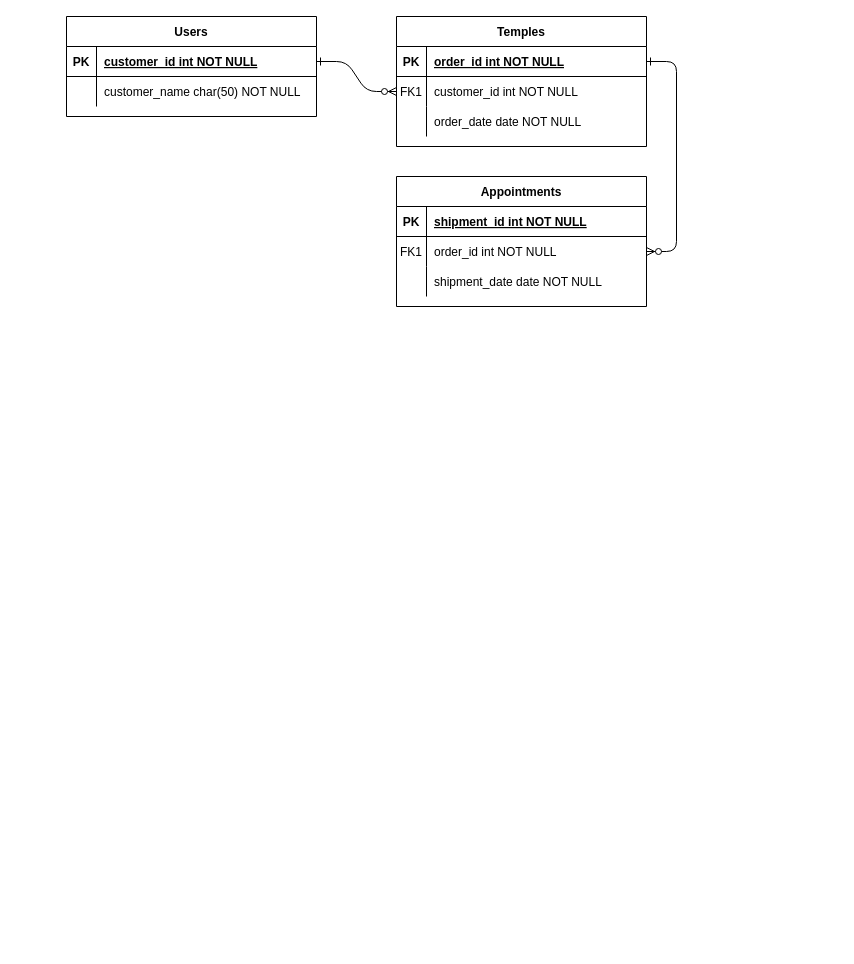
The draw.io diagram 401TempleERD.drawio in randengrims/401TempleApp, before the edit. Source tidied: cells renumbered, new cells numbered last; positions are measured from the earlier drawing's top-left corner, leaving out a move shared by most shapes. Both pictures are drawn from the tidied source at 100%, with x=0, y=0 at pixel (66, 16).
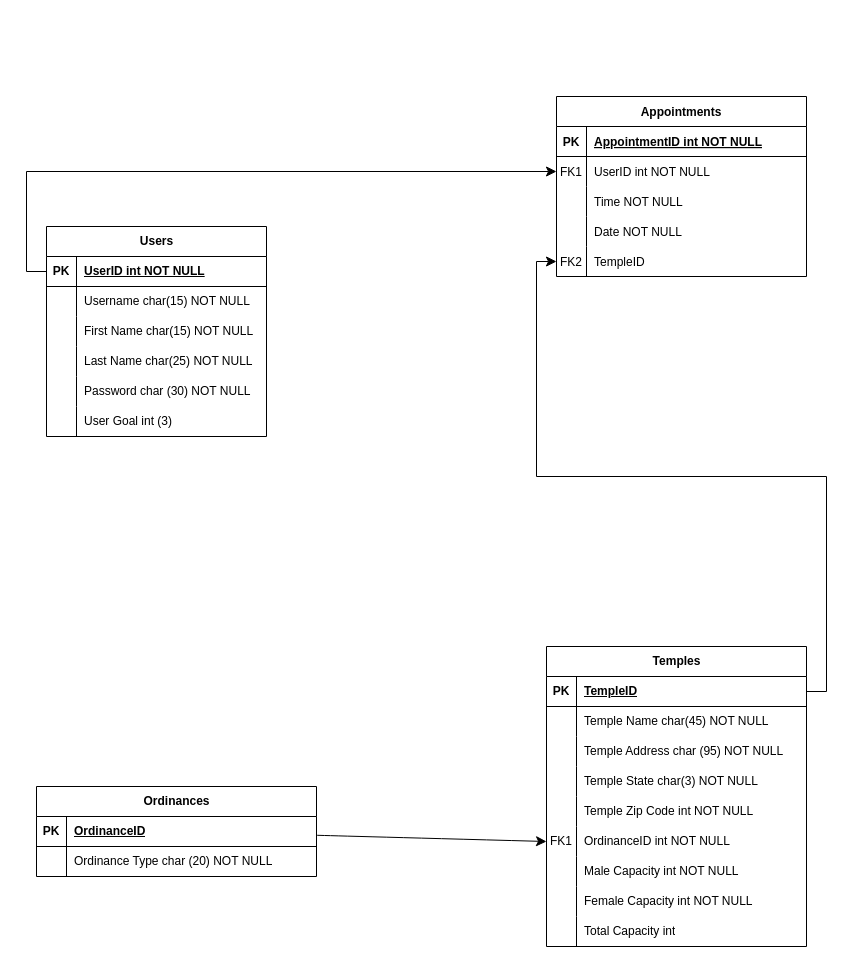
The same page after the edit.

The change refers to these unchanged cells:
```xml
<mxCell id="15" style="shape=partialRectangle;fillColor=none;top=0;left=0;right=0;bottom=1;" parent="14" vertex="1">
  <mxGeometry y="30" width="250" height="30" as="geometry" />
</mxCell>
<mxCell id="18" style="shape=partialRectangle;fillColor=none;points=[[0,0.5],[1,0.5]];portConstraint=eastwest;top=0;left=0;right=0;bottom=0;" parent="14" vertex="1">
  <mxGeometry y="60" width="250" height="30" as="geometry" />
</mxCell>
<mxCell id="21" style="shape=partialRectangle;fillColor=none;top=0;left=0;right=0;bottom=0;" parent="14" vertex="1">
  <mxGeometry y="90" width="250" height="30" as="geometry" />
</mxCell>
```

Change to the diagram source:
```diff
@@
-    <mxCell id="2" style="edgeStyle=entityRelationEdgeStyle;endArrow=ERzeroToMany;startArrow=ERone;endFill=1;startFill=0;" parent="1" edge="1" source="25" target="8">
-      <mxGeometry relative="1" as="geometry" />
-    </mxCell>
-    <mxCell id="3" style="edgeStyle=entityRelationEdgeStyle;endArrow=ERzeroToMany;startArrow=ERone;endFill=1;startFill=0;" parent="1" edge="1" source="5" target="18">
-      <mxGeometry relative="1" as="geometry" />
-    </mxCell>
-    <mxCell id="4" value="Temples" style="shape=table;startSize=30;childLayout=tableLayout;rowLines=0;fontStyle=1;align=center;" parent="1" vertex="1">
-      <mxGeometry x="330" width="250" height="130" as="geometry" />
-    </mxCell>
-    <mxCell id="5" style="shape=partialRectangle;fillColor=none;points=[[0,0.5],[1,0.5]];portConstraint=eastwest;top=0;left=0;right=0;bottom=1;" parent="4" vertex="1">
-      <mxGeometry y="30" width="250" height="30" as="geometry" />
-    </mxCell>
-    <mxCell id="6" value="PK" style="shape=partialRectangle;overflow=hidden;fillColor=none;top=0;left=0;bottom=0;right=0;fontStyle=1;" parent="5" vertex="1">
-      <mxGeometry width="30" height="30" as="geometry" />
-    </mxCell>
-    <mxCell id="7" value="order_id int NOT NULL " style="shape=partialRectangle;overflow=hidden;fillColor=none;top=0;left=0;bottom=0;right=0;align=left;spacingLeft=6;fontStyle=5;" parent="5" vertex="1">
-      <mxGeometry x="30" width="220" height="30" as="geometry" />
-    </mxCell>
-    <mxCell id="8" style="shape=partialRectangle;fillColor=none;points=[[0,0.5],[1,0.5]];portConstraint=eastwest;top=0;left=0;right=0;bottom=0;" parent="4" vertex="1">
-      <mxGeometry y="60" width="250" height="30" as="geometry" />
-    </mxCell>
-    <mxCell id="9" value="FK1" style="shape=partialRectangle;overflow=hidden;fillColor=none;top=0;left=0;bottom=0;right=0;" parent="8" vertex="1">
-      <mxGeometry width="30" height="30" as="geometry" />
-    </mxCell>
-    <mxCell id="10" value="customer_id int NOT NULL" style="shape=partialRectangle;overflow=hidden;fillColor=none;top=0;left=0;bottom=0;right=0;align=left;spacingLeft=6;" parent="8" vertex="1">
-      <mxGeometry x="30" width="220" height="30" as="geometry" />
-    </mxCell>
-    <mxCell id="11" style="shape=partialRectangle;fillColor=none;top=0;left=0;right=0;bottom=0;" parent="4" vertex="1">
-      <mxGeometry y="90" width="250" height="30" as="geometry" />
-    </mxCell>
-    <mxCell id="12" style="shape=partialRectangle;overflow=hidden;fillColor=none;top=0;left=0;bottom=0;right=0;" parent="11" vertex="1">
-      <mxGeometry width="30" height="30" as="geometry" />
-    </mxCell>
-    <mxCell id="13" value="order_date date NOT NULL" style="shape=partialRectangle;overflow=hidden;fillColor=none;top=0;left=0;bottom=0;right=0;align=left;spacingLeft=6;" parent="11" vertex="1">
-      <mxGeometry x="30" width="220" height="30" as="geometry" />
-    </mxCell>
     <mxCell id="14" value="Appointments" style="shape=table;startSize=30;childLayout=tableLayout;rowLines=0;fontStyle=1;align=center;" parent="1" vertex="1">
-      <mxGeometry x="330" y="160" width="250" height="130" as="geometry" />
+      <mxGeometry x="490" y="80" width="250" height="180" as="geometry" />
     </mxCell>
@@
-    <mxCell id="17" value="shipment_id int NOT NULL " style="shape=partialRectangle;overflow=hidden;fillColor=none;top=0;left=0;bottom=0;right=0;align=left;spacingLeft=6;fontStyle=5;" parent="15" vertex="1">
+    <mxCell id="17" value="AppointmentID int NOT NULL" style="shape=partialRectangle;overflow=hidden;fillColor=none;top=0;left=0;bottom=0;right=0;align=left;spacingLeft=6;fontStyle=5;" parent="15" vertex="1">
       <mxGeometry x="30" width="220" height="30" as="geometry" />
     </mxCell>
@@
-    <mxCell id="20" value="order_id int NOT NULL" style="shape=partialRectangle;overflow=hidden;fillColor=none;top=0;left=0;bottom=0;right=0;align=left;spacingLeft=6;" parent="18" vertex="1">
+    <mxCell id="20" value="UserID int NOT NULL" style="shape=partialRectangle;overflow=hidden;fillColor=none;top=0;left=0;bottom=0;right=0;align=left;spacingLeft=6;" parent="18" vertex="1">
       <mxGeometry x="30" width="220" height="30" as="geometry" />
     </mxCell>
@@
-    <mxCell id="23" value="shipment_date date NOT NULL" style="shape=partialRectangle;overflow=hidden;fillColor=none;top=0;left=0;bottom=0;right=0;align=left;spacingLeft=6;" parent="21" vertex="1">
+    <mxCell id="23" value="Time NOT NULL" style="shape=partialRectangle;overflow=hidden;fillColor=none;top=0;left=0;bottom=0;right=0;align=left;spacingLeft=6;" parent="21" vertex="1">
       <mxGeometry x="30" width="220" height="30" as="geometry" />
     </mxCell>
+    <mxCell id="31" style="shape=partialRectangle;fillColor=none;top=0;left=0;right=0;bottom=0;" parent="14" vertex="1">
+      <mxGeometry y="120" width="250" height="30" as="geometry" />
+    </mxCell>
+    <mxCell id="32" style="shape=partialRectangle;overflow=hidden;fillColor=none;top=0;left=0;bottom=0;right=0;" parent="31" vertex="1">
+      <mxGeometry width="30" height="30" as="geometry" />
+    </mxCell>
+    <mxCell id="33" value="Date NOT NULL" style="shape=partialRectangle;overflow=hidden;fillColor=none;top=0;left=0;bottom=0;right=0;align=left;spacingLeft=6;" parent="31" vertex="1">
+      <mxGeometry x="30" width="220" height="30" as="geometry" />
+    </mxCell>
+    <mxCell id="34" style="shape=partialRectangle;fillColor=none;points=[[0,0.5],[1,0.5]];portConstraint=eastwest;top=0;left=0;right=0;bottom=0;" parent="14" vertex="1">
+      <mxGeometry y="150" width="250" height="30" as="geometry" />
+    </mxCell>
+    <mxCell id="35" value="FK2" style="shape=partialRectangle;overflow=hidden;fillColor=none;top=0;left=0;bottom=0;right=0;" parent="34" vertex="1">
+      <mxGeometry width="30" height="30" as="geometry" />
+    </mxCell>
+    <mxCell id="36" value="TempleID" style="shape=partialRectangle;overflow=hidden;fillColor=none;top=0;left=0;bottom=0;right=0;align=left;spacingLeft=6;" parent="34" vertex="1">
+      <mxGeometry x="30" width="220" height="30" as="geometry" />
+    </mxCell>
-    <mxCell id="24" value="Users" style="shape=table;startSize=30;childLayout=tableLayout;rowLines=0;fontStyle=1;align=center;" parent="1" vertex="1">
-      <mxGeometry width="250" height="100" as="geometry" />
+    <mxCell id="24" value="Users" style="shape=table;startSize=30;childLayout=tableLayout;rowLines=0;fontStyle=1;align=center;html=1;" parent="1" vertex="1">
+      <mxGeometry x="-20" y="210" width="220" height="210" as="geometry" />
     </mxCell>
-    <mxCell id="25" style="shape=partialRectangle;fillColor=none;points=[[0,0.5],[1,0.5]];portConstraint=eastwest;top=0;left=0;right=0;bottom=1;" parent="24" vertex="1">
-      <mxGeometry y="30" width="250" height="30" as="geometry" />
-    </mxCell>
-    <mxCell id="26" value="PK" style="shape=partialRectangle;overflow=hidden;fillColor=none;top=0;left=0;bottom=0;right=0;fontStyle=1;" parent="25" vertex="1">
-      <mxGeometry width="30" height="30" as="geometry" />
-    </mxCell>
-    <mxCell id="27" value="customer_id int NOT NULL " style="shape=partialRectangle;overflow=hidden;fillColor=none;top=0;left=0;bottom=0;right=0;align=left;spacingLeft=6;fontStyle=5;" parent="25" vertex="1">
-      <mxGeometry x="30" width="220" height="30" as="geometry" />
-    </mxCell>
-    <mxCell id="28" style="shape=partialRectangle;fillColor=none;top=0;left=0;right=0;bottom=0;" parent="24" vertex="1">
-      <mxGeometry y="60" width="250" height="30" as="geometry" />
-    </mxCell>
-    <mxCell id="29" style="shape=partialRectangle;overflow=hidden;fillColor=none;top=0;left=0;bottom=0;right=0;" parent="28" vertex="1">
-      <mxGeometry width="30" height="30" as="geometry" />
-    </mxCell>
-    <mxCell id="30" value="customer_name char(50) NOT NULL" style="shape=partialRectangle;overflow=hidden;fillColor=none;top=0;left=0;bottom=0;right=0;align=left;spacingLeft=6;" parent="28" vertex="1">
-      <mxGeometry x="30" width="220" height="30" as="geometry" />
-    </mxCell>
+    <mxCell id="37" style="shape=tableRow;horizontal=0;startSize=0;swimlaneHead=0;swimlaneBody=0;fillColor=none;points=[[0,0.5],[1,0.5]];portConstraint=eastwest;top=0;left=0;right=0;bottom=1;" parent="24" vertex="1">
+      <mxGeometry y="30" width="220" height="30" as="geometry" />
+    </mxCell>
+    <mxCell id="38" value="PK" style="shape=partialRectangle;fillColor=none;top=0;left=0;bottom=0;right=0;fontStyle=1;overflow=hidden;whiteSpace=wrap;html=1;" parent="37" vertex="1">
+      <mxGeometry width="30" height="30" as="geometry" />
+    </mxCell>
+    <mxCell id="39" value="UserID int NOT NULL" style="shape=partialRectangle;fillColor=none;top=0;left=0;bottom=0;right=0;align=left;spacingLeft=6;fontStyle=5;overflow=hidden;whiteSpace=wrap;html=1;" parent="37" vertex="1">
+      <mxGeometry x="30" width="190" height="30" as="geometry" />
+    </mxCell>
+    <mxCell id="40" style="shape=tableRow;horizontal=0;startSize=0;swimlaneHead=0;swimlaneBody=0;fillColor=none;top=0;left=0;right=0;bottom=0;" parent="24" vertex="1">
+      <mxGeometry y="60" width="220" height="30" as="geometry" />
+    </mxCell>
+    <mxCell id="41" style="shape=partialRectangle;fillColor=none;top=0;left=0;bottom=0;right=0;overflow=hidden;whiteSpace=wrap;html=1;" parent="40" vertex="1">
+      <mxGeometry width="30" height="30" as="geometry" />
+    </mxCell>
+    <mxCell id="42" value="Username char(15) NOT NULL" style="shape=partialRectangle;fillColor=none;top=0;left=0;bottom=0;right=0;align=left;spacingLeft=6;overflow=hidden;whiteSpace=wrap;html=1;" parent="40" vertex="1">
+      <mxGeometry x="30" width="190" height="30" as="geometry" />
+    </mxCell>
+    <mxCell id="43" style="shape=tableRow;horizontal=0;startSize=0;swimlaneHead=0;swimlaneBody=0;fillColor=none;top=0;left=0;right=0;bottom=0;" parent="24" vertex="1">
+      <mxGeometry y="90" width="220" height="30" as="geometry" />
+    </mxCell>
+    <mxCell id="44" style="shape=partialRectangle;fillColor=none;top=0;left=0;bottom=0;right=0;overflow=hidden;whiteSpace=wrap;html=1;" parent="43" vertex="1">
+      <mxGeometry width="30" height="30" as="geometry" />
+    </mxCell>
+    <mxCell id="45" value="&lt;span style=&quot;text-wrap-mode: nowrap;&quot;&gt;First Name char(15) NOT NULL&lt;/span&gt;" style="shape=partialRectangle;fillColor=none;top=0;left=0;bottom=0;right=0;align=left;spacingLeft=6;overflow=hidden;whiteSpace=wrap;html=1;" parent="43" vertex="1">
+      <mxGeometry x="30" width="190" height="30" as="geometry" />
+    </mxCell>
+    <mxCell id="46" style="shape=tableRow;horizontal=0;startSize=0;swimlaneHead=0;swimlaneBody=0;fillColor=none;top=0;left=0;right=0;bottom=0;" parent="24" vertex="1">
+      <mxGeometry y="120" width="220" height="30" as="geometry" />
+    </mxCell>
+    <mxCell id="47" style="shape=partialRectangle;fillColor=none;top=0;left=0;bottom=0;right=0;overflow=hidden;whiteSpace=wrap;html=1;" parent="46" vertex="1">
+      <mxGeometry width="30" height="30" as="geometry" />
+    </mxCell>
+    <mxCell id="48" value="&lt;span style=&quot;text-wrap-mode: nowrap;&quot;&gt;Last Name char(25) NOT NULL&lt;/span&gt;" style="shape=partialRectangle;fillColor=none;top=0;left=0;bottom=0;right=0;align=left;spacingLeft=6;overflow=hidden;whiteSpace=wrap;html=1;" parent="46" vertex="1">
+      <mxGeometry x="30" width="190" height="30" as="geometry" />
+    </mxCell>
+    <mxCell id="49" style="shape=tableRow;horizontal=0;startSize=0;swimlaneHead=0;swimlaneBody=0;fillColor=none;top=0;left=0;right=0;bottom=0;" parent="24" vertex="1">
+      <mxGeometry y="150" width="220" height="30" as="geometry" />
+    </mxCell>
+    <mxCell id="50" style="shape=partialRectangle;fillColor=none;top=0;left=0;bottom=0;right=0;overflow=hidden;whiteSpace=wrap;html=1;" parent="49" vertex="1">
+      <mxGeometry width="30" height="30" as="geometry" />
+    </mxCell>
+    <mxCell id="51" value="Password char (30) NOT NULL" style="shape=partialRectangle;fillColor=none;top=0;left=0;bottom=0;right=0;align=left;spacingLeft=6;overflow=hidden;whiteSpace=wrap;html=1;" parent="49" vertex="1">
+      <mxGeometry x="30" width="190" height="30" as="geometry" />
+    </mxCell>
+    <mxCell id="52" style="shape=tableRow;horizontal=0;startSize=0;swimlaneHead=0;swimlaneBody=0;fillColor=none;top=0;left=0;right=0;bottom=0;" parent="24" vertex="1">
+      <mxGeometry y="180" width="220" height="30" as="geometry" />
+    </mxCell>
+    <mxCell id="53" style="shape=partialRectangle;fillColor=none;top=0;left=0;bottom=0;right=0;overflow=hidden;whiteSpace=wrap;html=1;" parent="52" vertex="1">
+      <mxGeometry width="30" height="30" as="geometry" />
+    </mxCell>
+    <mxCell id="54" value="User Goal int (3)" style="shape=partialRectangle;fillColor=none;top=0;left=0;bottom=0;right=0;align=left;spacingLeft=6;overflow=hidden;whiteSpace=wrap;html=1;" parent="52" vertex="1">
+      <mxGeometry x="30" width="190" height="30" as="geometry" />
+    </mxCell>
+    <mxCell id="4" value="Temples" style="shape=table;startSize=30;childLayout=tableLayout;rowLines=0;fontStyle=1;align=center;html=1;" parent="1" vertex="1">
+      <mxGeometry x="480" y="630" width="260" height="300" as="geometry" />
+    </mxCell>
+    <mxCell id="55" style="shape=tableRow;horizontal=0;startSize=0;swimlaneHead=0;swimlaneBody=0;fillColor=none;points=[[0,0.5],[1,0.5]];portConstraint=eastwest;top=0;left=0;right=0;bottom=1;" parent="4" vertex="1">
+      <mxGeometry y="30" width="260" height="30" as="geometry" />
+    </mxCell>
+    <mxCell id="56" value="PK" style="shape=partialRectangle;fillColor=none;top=0;left=0;bottom=0;right=0;fontStyle=1;overflow=hidden;whiteSpace=wrap;html=1;" parent="55" vertex="1">
+      <mxGeometry width="30" height="30" as="geometry" />
+    </mxCell>
+    <mxCell id="57" value="TempleID" style="shape=partialRectangle;fillColor=none;top=0;left=0;bottom=0;right=0;align=left;spacingLeft=6;fontStyle=5;overflow=hidden;whiteSpace=wrap;html=1;" parent="55" vertex="1">
+      <mxGeometry x="30" width="230" height="30" as="geometry" />
+    </mxCell>
+    <mxCell id="58" style="shape=tableRow;horizontal=0;startSize=0;swimlaneHead=0;swimlaneBody=0;fillColor=none;top=0;left=0;right=0;bottom=0;" parent="4" vertex="1">
+      <mxGeometry y="60" width="260" height="30" as="geometry" />
+    </mxCell>
+    <mxCell id="59" style="shape=partialRectangle;fillColor=none;top=0;left=0;bottom=0;right=0;overflow=hidden;whiteSpace=wrap;html=1;" parent="58" vertex="1">
+      <mxGeometry width="30" height="30" as="geometry" />
+    </mxCell>
+    <mxCell id="60" value="&lt;span style=&quot;text-wrap-mode: nowrap;&quot;&gt;Temple Name char(45) NOT NULL&lt;/span&gt;" style="shape=partialRectangle;fillColor=none;top=0;left=0;bottom=0;right=0;align=left;spacingLeft=6;overflow=hidden;whiteSpace=wrap;html=1;" parent="58" vertex="1">
+      <mxGeometry x="30" width="230" height="30" as="geometry" />
+    </mxCell>
+    <mxCell id="61" style="shape=tableRow;horizontal=0;startSize=0;swimlaneHead=0;swimlaneBody=0;fillColor=none;top=0;left=0;right=0;bottom=0;" parent="4" vertex="1">
+      <mxGeometry y="90" width="260" height="30" as="geometry" />
+    </mxCell>
+    <mxCell id="62" style="shape=partialRectangle;fillColor=none;top=0;left=0;bottom=0;right=0;overflow=hidden;whiteSpace=wrap;html=1;" parent="61" vertex="1">
+      <mxGeometry width="30" height="30" as="geometry" />
+    </mxCell>
+    <mxCell id="63" value="&lt;span style=&quot;text-wrap-mode: nowrap;&quot;&gt;Temple Address char (95) NOT NULL&lt;/span&gt;" style="shape=partialRectangle;fillColor=none;top=0;left=0;bottom=0;right=0;align=left;spacingLeft=6;overflow=hidden;whiteSpace=wrap;html=1;" parent="61" vertex="1">
+      <mxGeometry x="30" width="230" height="30" as="geometry" />
+    </mxCell>
+    <mxCell id="64" style="shape=tableRow;horizontal=0;startSize=0;swimlaneHead=0;swimlaneBody=0;fillColor=none;top=0;left=0;right=0;bottom=0;" parent="4" vertex="1">
+      <mxGeometry y="120" width="260" height="30" as="geometry" />
+    </mxCell>
+    <mxCell id="65" style="shape=partialRectangle;fillColor=none;top=0;left=0;bottom=0;right=0;overflow=hidden;whiteSpace=wrap;html=1;" parent="64" vertex="1">
+      <mxGeometry width="30" height="30" as="geometry" />
+    </mxCell>
+    <mxCell id="66" value="Temple State char(3) NOT NULL" style="shape=partialRectangle;fillColor=none;top=0;left=0;bottom=0;right=0;align=left;spacingLeft=6;overflow=hidden;whiteSpace=wrap;html=1;" parent="64" vertex="1">
+      <mxGeometry x="30" width="230" height="30" as="geometry" />
+    </mxCell>
+    <mxCell id="67" style="shape=tableRow;horizontal=0;startSize=0;swimlaneHead=0;swimlaneBody=0;fillColor=none;top=0;left=0;right=0;bottom=0;" parent="4" vertex="1">
+      <mxGeometry y="150" width="260" height="30" as="geometry" />
+    </mxCell>
+    <mxCell id="68" style="shape=partialRectangle;fillColor=none;top=0;left=0;bottom=0;right=0;overflow=hidden;whiteSpace=wrap;html=1;" parent="67" vertex="1">
+      <mxGeometry width="30" height="30" as="geometry" />
+    </mxCell>
+    <mxCell id="69" value="Temple Zip Code int NOT NULL" style="shape=partialRectangle;fillColor=none;top=0;left=0;bottom=0;right=0;align=left;spacingLeft=6;overflow=hidden;whiteSpace=wrap;html=1;" parent="67" vertex="1">
+      <mxGeometry x="30" width="230" height="30" as="geometry" />
+    </mxCell>
+    <mxCell id="70" style="shape=tableRow;horizontal=0;startSize=0;swimlaneHead=0;swimlaneBody=0;fillColor=none;points=[[0,0.5],[1,0.5]];portConstraint=eastwest;top=0;left=0;right=0;bottom=0;" parent="4" vertex="1">
+      <mxGeometry y="180" width="260" height="30" as="geometry" />
+    </mxCell>
+    <mxCell id="9" value="FK1" style="shape=partialRectangle;fillColor=none;top=0;left=0;bottom=0;right=0;overflow=hidden;whiteSpace=wrap;html=1;" parent="70" vertex="1">
+      <mxGeometry width="30" height="30" as="geometry" />
+    </mxCell>
+    <mxCell id="71" value="OrdinanceID int NOT NULL" style="shape=partialRectangle;fillColor=none;top=0;left=0;bottom=0;right=0;align=left;spacingLeft=6;overflow=hidden;whiteSpace=wrap;html=1;" parent="70" vertex="1">
+      <mxGeometry x="30" width="230" height="30" as="geometry" />
+    </mxCell>
+    <mxCell id="72" style="shape=tableRow;horizontal=0;startSize=0;swimlaneHead=0;swimlaneBody=0;fillColor=none;top=0;left=0;right=0;bottom=0;" parent="4" vertex="1">
+      <mxGeometry y="210" width="260" height="30" as="geometry" />
+    </mxCell>
+    <mxCell id="73" style="shape=partialRectangle;fillColor=none;top=0;left=0;bottom=0;right=0;overflow=hidden;whiteSpace=wrap;html=1;" parent="72" vertex="1">
+      <mxGeometry width="30" height="30" as="geometry" />
+    </mxCell>
+    <mxCell id="74" value="Male Capacity int NOT NULL" style="shape=partialRectangle;fillColor=none;top=0;left=0;bottom=0;right=0;align=left;spacingLeft=6;overflow=hidden;whiteSpace=wrap;html=1;" parent="72" vertex="1">
+      <mxGeometry x="30" width="230" height="30" as="geometry" />
+    </mxCell>
+    <mxCell id="75" style="shape=tableRow;horizontal=0;startSize=0;swimlaneHead=0;swimlaneBody=0;fillColor=none;top=0;left=0;right=0;bottom=0;" parent="4" vertex="1">
+      <mxGeometry y="240" width="260" height="30" as="geometry" />
+    </mxCell>
+    <mxCell id="76" style="shape=partialRectangle;fillColor=none;top=0;left=0;bottom=0;right=0;overflow=hidden;whiteSpace=wrap;html=1;" parent="75" vertex="1">
+      <mxGeometry width="30" height="30" as="geometry" />
+    </mxCell>
+    <mxCell id="77" value="Female Capacity int NOT NULL" style="shape=partialRectangle;fillColor=none;top=0;left=0;bottom=0;right=0;align=left;spacingLeft=6;overflow=hidden;whiteSpace=wrap;html=1;" parent="75" vertex="1">
+      <mxGeometry x="30" width="230" height="30" as="geometry" />
+    </mxCell>
+    <mxCell id="78" style="shape=tableRow;horizontal=0;startSize=0;swimlaneHead=0;swimlaneBody=0;fillColor=none;top=0;left=0;right=0;bottom=0;" parent="4" vertex="1">
+      <mxGeometry y="270" width="260" height="30" as="geometry" />
+    </mxCell>
+    <mxCell id="79" style="shape=partialRectangle;fillColor=none;top=0;left=0;bottom=0;right=0;overflow=hidden;whiteSpace=wrap;html=1;" parent="78" vertex="1">
+      <mxGeometry width="30" height="30" as="geometry" />
+    </mxCell>
+    <mxCell id="80" value="Total Capacity int" style="shape=partialRectangle;fillColor=none;top=0;left=0;bottom=0;right=0;align=left;spacingLeft=6;overflow=hidden;whiteSpace=wrap;html=1;" parent="78" vertex="1">
+      <mxGeometry x="30" width="230" height="30" as="geometry" />
+    </mxCell>
+    <mxCell id="81" value="Ordinances" style="shape=table;startSize=30;childLayout=tableLayout;rowLines=0;fontStyle=1;align=center;html=1;" parent="1" vertex="1">
+      <mxGeometry x="-30" y="770" width="280" height="90" as="geometry" />
+    </mxCell>
+    <mxCell id="82" style="shape=tableRow;horizontal=0;startSize=0;swimlaneHead=0;swimlaneBody=0;fillColor=none;points=[[0,0.5],[1,0.5]];portConstraint=eastwest;top=0;left=0;right=0;bottom=1;" parent="81" vertex="1">
+      <mxGeometry y="30" width="280" height="30" as="geometry" />
+    </mxCell>
+    <mxCell id="83" value="PK" style="shape=partialRectangle;fillColor=none;top=0;left=0;bottom=0;right=0;fontStyle=1;overflow=hidden;whiteSpace=wrap;html=1;" parent="82" vertex="1">
+      <mxGeometry width="30" height="30" as="geometry" />
+    </mxCell>
+    <mxCell id="84" value="OrdinanceID" style="shape=partialRectangle;fillColor=none;top=0;left=0;bottom=0;right=0;align=left;spacingLeft=6;fontStyle=5;overflow=hidden;whiteSpace=wrap;html=1;" parent="82" vertex="1">
+      <mxGeometry x="30" width="250" height="30" as="geometry" />
+    </mxCell>
+    <mxCell id="85" style="shape=tableRow;horizontal=0;startSize=0;swimlaneHead=0;swimlaneBody=0;fillColor=none;top=0;left=0;right=0;bottom=0;" parent="81" vertex="1">
+      <mxGeometry y="60" width="280" height="30" as="geometry" />
+    </mxCell>
+    <mxCell id="86" style="shape=partialRectangle;fillColor=none;top=0;left=0;bottom=0;right=0;overflow=hidden;whiteSpace=wrap;html=1;" parent="85" vertex="1">
+      <mxGeometry width="30" height="30" as="geometry" />
+    </mxCell>
+    <mxCell id="87" value="Ordinance Type char (20) NOT NULL" style="shape=partialRectangle;fillColor=none;top=0;left=0;bottom=0;right=0;align=left;spacingLeft=6;overflow=hidden;whiteSpace=wrap;html=1;" parent="85" vertex="1">
+      <mxGeometry x="30" width="250" height="30" as="geometry" />
+    </mxCell>
+    <mxCell id="88" style="edgeStyle=none;curved=1;rounded=0;jettySize=auto;html=1;entryX=0;entryY=0.5;entryDx=0;entryDy=0;fontSize=12;startSize=8;endSize=8;" parent="1" edge="1" source="82" target="70">
+      <mxGeometry relative="1" as="geometry" />
+    </mxCell>
+    <mxCell id="89" style="edgeStyle=orthogonalEdgeStyle;rounded=0;jettySize=auto;html=1;entryX=0;entryY=0.5;entryDx=0;entryDy=0;fontSize=12;startSize=8;endSize=8;" parent="1" edge="1" source="55" target="34">
+      <mxGeometry relative="1" as="geometry" />
+    </mxCell>
+    <mxCell id="90" style="edgeStyle=orthogonalEdgeStyle;rounded=0;jettySize=auto;html=1;exitX=0;exitY=0.5;exitDx=0;exitDy=0;entryX=0;entryY=0.5;entryDx=0;entryDy=0;fontSize=12;startSize=8;endSize=8;" parent="1" edge="1" source="37" target="18">
+      <mxGeometry relative="1" as="geometry" />
+    </mxCell>
```
